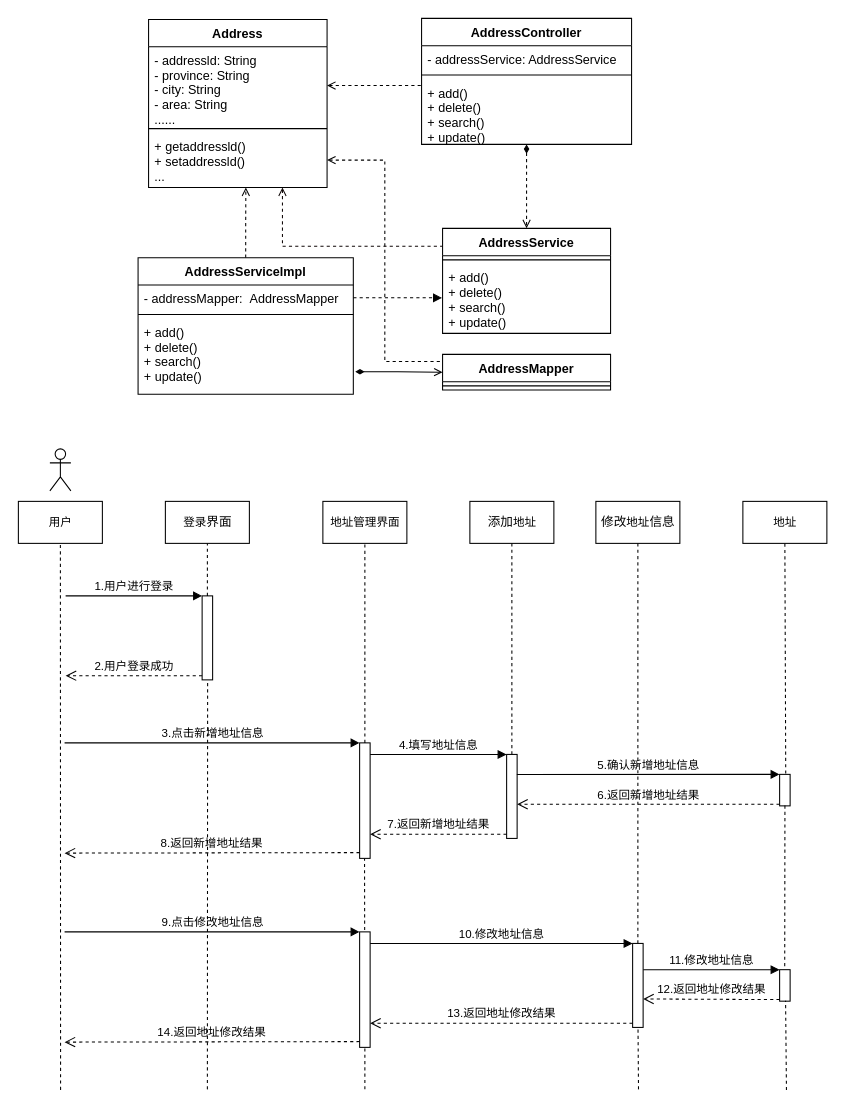
The draw.io diagram page "收货地址" (21 of 26) of Untitled Diagram.drawio in hongkingking/hkk, before the edit. Source tidied: cells renumbered, new cells numbered last; positions are measured from the earlier drawing's top-left corner, leaving out a move shared by most shapes. Both pictures are drawn from the tidied source at 105%, with x=0, y=0 at pixel (18, 18).
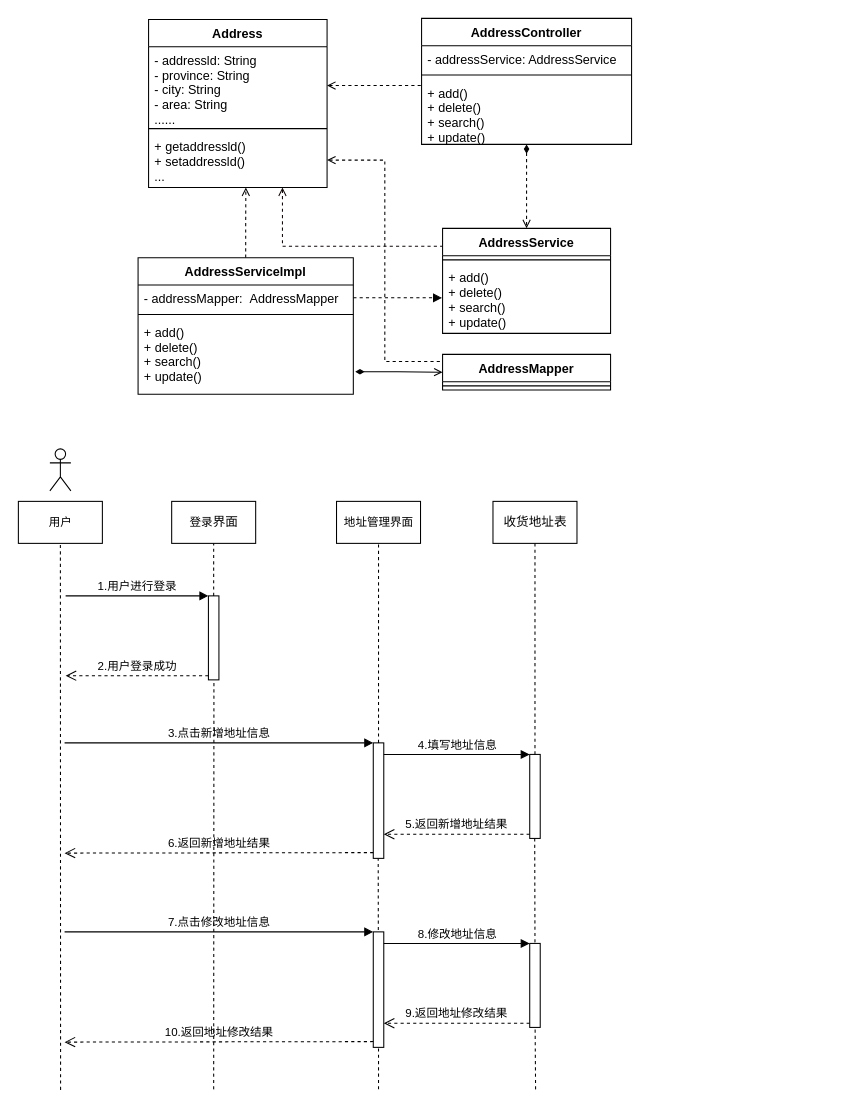
The same page after the edit.

What changed in the source:
```diff
@@
     <mxCell id="27" value="&lt;span style=&quot;font-size: 11px ; background-color: rgb(255 , 255 , 255)&quot;&gt;登录&lt;/span&gt;界面" style="html=1;strokeWidth=1;" parent="1" vertex="1">
-      <mxGeometry x="140" y="460" width="80" height="40" as="geometry" />
+      <mxGeometry x="146" y="460" width="80" height="40" as="geometry" />
     </mxCell>
     <mxCell id="28" value="&lt;span style=&quot;font-size: 11px ; background-color: rgb(255 , 255 , 255)&quot;&gt;地址管理界面&lt;/span&gt;" style="html=1;strokeWidth=1;" parent="1" vertex="1">
-      <mxGeometry x="290" y="460" width="80" height="40" as="geometry" />
+      <mxGeometry x="303" y="460" width="80" height="40" as="geometry" />
     </mxCell>
-    <mxCell id="29" value="添加&lt;span style=&quot;font-size: 11px ; background-color: rgb(255 , 255 , 255)&quot;&gt;地址&lt;/span&gt;" style="html=1;strokeWidth=1;" parent="1" vertex="1">
-      <mxGeometry x="430" y="460" width="80" height="40" as="geometry" />
+    <mxCell id="29" value="收货地址表" style="html=1;strokeWidth=1;" parent="1" vertex="1">
+      <mxGeometry x="452" y="460" width="80" height="40" as="geometry" />
     </mxCell>
-    <mxCell id="30" value="修改&lt;span style=&quot;font-size: 11px ; background-color: rgb(255 , 255 , 255)&quot;&gt;地址&lt;/span&gt;信息" style="html=1;strokeWidth=1;" parent="1" vertex="1">
-      <mxGeometry x="550" y="460" width="80" height="40" as="geometry" />
-    </mxCell>
-    <mxCell id="31" value="&lt;span style=&quot;font-size: 11px ; background-color: rgb(255 , 255 , 255)&quot;&gt;地址&lt;/span&gt;" style="html=1;strokeWidth=1;" parent="1" vertex="1">
-      <mxGeometry x="690" y="460" width="80" height="40" as="geometry" />
-    </mxCell>
     <mxCell id="32" style="html=1;points=[];perimeter=orthogonalPerimeter;strokeWidth=1;" parent="1" vertex="1">
-      <mxGeometry x="175" y="550" width="10" height="80" as="geometry" />
+      <mxGeometry x="181" y="550" width="10" height="80" as="geometry" />
     </mxCell>
@@
     <mxCell id="35" style="html=1;points=[];perimeter=orthogonalPerimeter;strokeWidth=1;" parent="1" vertex="1">
-      <mxGeometry x="325" y="690" width="10" height="110" as="geometry" />
+      <mxGeometry x="338" y="690" width="10" height="110" as="geometry" />
     </mxCell>
@@
-    <mxCell id="37" value="8.返回新增地址结果" style="html=1;verticalAlign=bottom;endArrow=open;dashed=1;endSize=8;exitX=0;exitY=0.95;rounded=0;" parent="1" edge="1" source="35">
+    <mxCell id="37" value="6.返回新增地址结果" style="html=1;verticalAlign=bottom;endArrow=open;dashed=1;endSize=8;exitX=0;exitY=0.95;rounded=0;" parent="1" edge="1" source="35">
       <mxGeometry relative="1" as="geometry">
         <mxPoint x="44" y="795" as="targetPoint" />
       </mxGeometry>
     </mxCell>
     <mxCell id="38" style="html=1;points=[];perimeter=orthogonalPerimeter;strokeWidth=1;" parent="1" vertex="1">
-      <mxGeometry x="465" y="701" width="10" height="80" as="geometry" />
+      <mxGeometry x="487" y="701" width="10" height="80" as="geometry" />
     </mxCell>
     <mxCell id="39" value="4.填写地址信息" style="html=1;verticalAlign=bottom;endArrow=block;entryX=0;entryY=0;rounded=0;" parent="1" edge="1" target="38">
       <mxGeometry relative="1" as="geometry">
-        <mxPoint x="335" y="701" as="sourcePoint" />
+        <mxPoint x="348" y="701" as="sourcePoint" />
       </mxGeometry>
     </mxCell>
-    <mxCell id="40" value="7.返回新增地址结果" style="html=1;verticalAlign=bottom;endArrow=open;dashed=1;endSize=8;exitX=0;exitY=0.95;rounded=0;" parent="1" edge="1" source="38">
+    <mxCell id="40" value="5.返回新增地址结果" style="html=1;verticalAlign=bottom;endArrow=open;dashed=1;endSize=8;exitX=0;exitY=0.95;rounded=0;" parent="1" edge="1" source="38">
       <mxGeometry relative="1" as="geometry">
-        <mxPoint x="335" y="777" as="targetPoint" />
+        <mxPoint x="348" y="777" as="targetPoint" />
       </mxGeometry>
     </mxCell>
-    <mxCell id="41" style="html=1;points=[];perimeter=orthogonalPerimeter;strokeWidth=1;" parent="1" vertex="1">
-      <mxGeometry x="725" y="906" width="10" height="30" as="geometry" />
-    </mxCell>
-    <mxCell id="42" value="11.修改地址信息" style="html=1;verticalAlign=bottom;endArrow=block;entryX=0;entryY=0;rounded=0;" parent="1" edge="1" target="41">
-      <mxGeometry relative="1" as="geometry">
-        <mxPoint x="595" y="906" as="sourcePoint" />
-      </mxGeometry>
-    </mxCell>
-    <mxCell id="43" value="12.返回地址修改结果" style="html=1;verticalAlign=bottom;endArrow=open;dashed=1;endSize=8;exitX=0;exitY=0.95;rounded=0;entryX=0.996;entryY=0.449;entryDx=0;entryDy=0;entryPerimeter=0;" parent="1" edge="1" source="41">
-      <mxGeometry relative="1" as="geometry">
-        <mxPoint x="595" y="933.9" as="targetPoint" />
-      </mxGeometry>
-    </mxCell>
     <mxCell id="44" style="html=1;points=[];perimeter=orthogonalPerimeter;strokeWidth=1;" parent="1" vertex="1">
-      <mxGeometry x="325" y="870" width="10" height="110" as="geometry" />
+      <mxGeometry x="338" y="870" width="10" height="110" as="geometry" />
     </mxCell>
-    <mxCell id="45" value="9.点击修改地址信息" style="html=1;verticalAlign=bottom;endArrow=block;entryX=0;entryY=0;rounded=0;" parent="1" edge="1" target="44">
+    <mxCell id="45" value="7.点击修改地址信息" style="html=1;verticalAlign=bottom;endArrow=block;entryX=0;entryY=0;rounded=0;" parent="1" edge="1" target="44">
       <mxGeometry relative="1" as="geometry">
         <mxPoint x="44" y="870" as="sourcePoint" />
       </mxGeometry>
     </mxCell>
-    <mxCell id="46" value="14.返回地址修改结果" style="html=1;verticalAlign=bottom;endArrow=open;dashed=1;endSize=8;exitX=0;exitY=0.95;rounded=0;" parent="1" edge="1" source="44">
+    <mxCell id="46" value="10.返回地址修改结果" style="html=1;verticalAlign=bottom;endArrow=open;dashed=1;endSize=8;exitX=0;exitY=0.95;rounded=0;" parent="1" edge="1" source="44">
       <mxGeometry relative="1" as="geometry">
         <mxPoint x="44" y="975" as="targetPoint" />
       </mxGeometry>
     </mxCell>
     <mxCell id="47" style="html=1;points=[];perimeter=orthogonalPerimeter;strokeWidth=1;" parent="1" vertex="1">
-      <mxGeometry x="585" y="881" width="10" height="80" as="geometry" />
+      <mxGeometry x="487" y="881" width="10" height="80" as="geometry" />
     </mxCell>
-    <mxCell id="48" value="10.修改地址信息" style="html=1;verticalAlign=bottom;endArrow=block;entryX=0;entryY=0;rounded=0;" parent="1" edge="1" target="47">
+    <mxCell id="48" value="8.修改地址信息" style="html=1;verticalAlign=bottom;endArrow=block;entryX=0;entryY=0;rounded=0;" parent="1" edge="1" target="47">
       <mxGeometry relative="1" as="geometry">
-        <mxPoint x="335" y="881" as="sourcePoint" />
+        <mxPoint x="348" y="881" as="sourcePoint" />
       </mxGeometry>
     </mxCell>
-    <mxCell id="49" value="13.返回地址修改结果" style="html=1;verticalAlign=bottom;endArrow=open;dashed=1;endSize=8;exitX=0;exitY=0.95;rounded=0;" parent="1" edge="1" source="47">
+    <mxCell id="49" value="9.返回地址修改结果" style="html=1;verticalAlign=bottom;endArrow=open;dashed=1;endSize=8;exitX=0;exitY=0.95;rounded=0;" parent="1" edge="1" source="47">
       <mxGeometry relative="1" as="geometry">
-        <mxPoint x="335" y="957" as="targetPoint" />
+        <mxPoint x="348" y="957" as="targetPoint" />
       </mxGeometry>
     </mxCell>
-    <mxCell id="50" style="html=1;points=[];perimeter=orthogonalPerimeter;strokeWidth=1;" parent="1" vertex="1">
-      <mxGeometry x="725" y="720" width="10" height="30" as="geometry" />
-    </mxCell>
-    <mxCell id="51" value="5.确认新增地址信息" style="html=1;verticalAlign=bottom;endArrow=block;entryX=0;entryY=0;rounded=0;exitX=0.974;exitY=0.239;exitDx=0;exitDy=0;exitPerimeter=0;" parent="1" edge="1" source="38" target="50">
-      <mxGeometry relative="1" as="geometry" />
-    </mxCell>
-    <mxCell id="52" value="6.返回新增地址结果" style="html=1;verticalAlign=bottom;endArrow=open;dashed=1;endSize=8;exitX=0;exitY=0.95;rounded=0;" parent="1" edge="1" source="50" target="38">
-      <mxGeometry relative="1" as="geometry" />
-    </mxCell>
@@
-    <mxCell id="56" style="endArrow=none;dashed=1;html=1;rounded=0;entryX=0.5;entryY=1;entryDx=0;entryDy=0;" parent="1" edge="1" source="47" target="30">
-      <mxGeometry relative="1" as="geometry" />
-    </mxCell>
-    <mxCell id="57" style="endArrow=none;dashed=1;html=1;rounded=0;entryX=0.5;entryY=1;entryDx=0;entryDy=0;exitX=0.582;exitY=-0.024;exitDx=0;exitDy=0;exitPerimeter=0;" parent="1" edge="1" source="50" target="31">
-      <mxGeometry relative="1" as="geometry" />
-    </mxCell>
     <mxCell id="58" style="endArrow=none;dashed=1;html=1;rounded=0;entryX=0.5;entryY=1.001;entryDx=0;entryDy=0;entryPerimeter=0;exitX=0.411;exitY=0.503;exitDx=0;exitDy=0;exitPerimeter=0;" parent="1" edge="1" target="44">
       <mxGeometry relative="1" as="geometry">
-        <mxPoint x="330" y="1020" as="sourcePoint" />
+        <mxPoint x="343" y="1020" as="sourcePoint" />
       </mxGeometry>
     </mxCell>
@@
     <mxCell id="60" style="endArrow=none;dashed=1;html=1;rounded=0;entryX=0.513;entryY=1.008;entryDx=0;entryDy=0;entryPerimeter=0;exitX=0.768;exitY=0.503;exitDx=0;exitDy=0;exitPerimeter=0;" parent="1" edge="1" target="47">
       <mxGeometry relative="1" as="geometry">
-        <mxPoint x="590.6" y="1020" as="sourcePoint" />
+        <mxPoint x="492.6" y="1020" as="sourcePoint" />
       </mxGeometry>
     </mxCell>
-    <mxCell id="61" style="endArrow=none;dashed=1;html=1;rounded=0;entryX=0.568;entryY=0.989;entryDx=0;entryDy=0;entryPerimeter=0;exitX=0.961;exitY=0.591;exitDx=0;exitDy=0;exitPerimeter=0;" parent="1" edge="1" target="41">
-      <mxGeometry relative="1" as="geometry">
-        <mxPoint x="731.5" y="1020.7" as="sourcePoint" />
-      </mxGeometry>
-    </mxCell>
-    <mxCell id="62" style="endArrow=none;dashed=1;html=1;rounded=0;entryX=0.486;entryY=-0.017;entryDx=0;entryDy=0;exitX=0.506;exitY=0.988;exitDx=0;exitDy=0;exitPerimeter=0;entryPerimeter=0;" parent="1" edge="1" source="50" target="41">
-      <mxGeometry relative="1" as="geometry" />
-    </mxCell>
@@
     <mxCell id="66" style="endArrow=none;dashed=1;html=1;rounded=0;entryX=0.524;entryY=1.023;entryDx=0;entryDy=0;entryPerimeter=0;" parent="1" edge="1" target="32">
       <mxGeometry relative="1" as="geometry">
-        <mxPoint x="180" y="1020" as="sourcePoint" />
+        <mxPoint x="186" y="1020" as="sourcePoint" />
       </mxGeometry>
     </mxCell>
+    <mxCell id="67" style="endArrow=none;dashed=1;html=1;rounded=0;entryX=0.475;entryY=0.996;entryDx=0;entryDy=0;entryPerimeter=0;" parent="1" edge="1" target="38">
+      <mxGeometry relative="1" as="geometry">
+        <mxPoint x="492" y="880" as="sourcePoint" />
+      </mxGeometry>
+    </mxCell>
```
